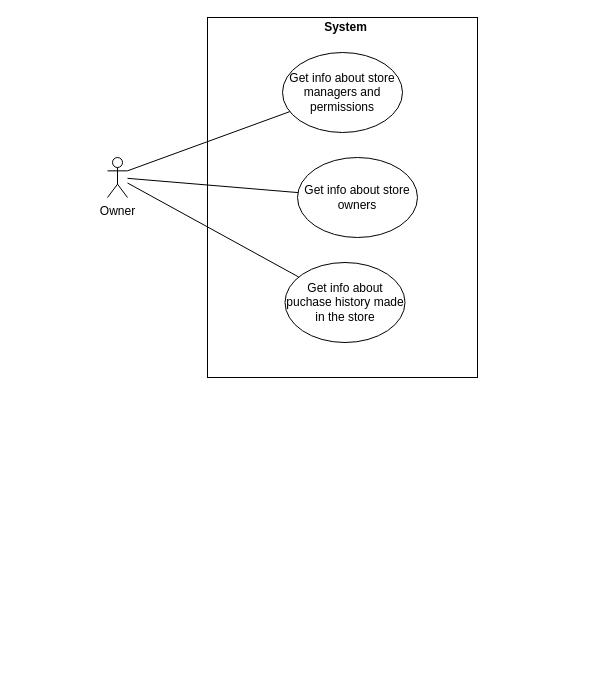
Above: use cases/use case 4.9 4.11.drawio in LevyIfta/Team-19B-Project (draw.io), before the change. Source tidied: cells renumbered, new cells numbered last; positions are measured from the earlier drawing's top-left corner, leaving out a move shared by most shapes. Both pictures are drawn from the tidied source at 100%, with x=0, y=0 at pixel (17, 17).
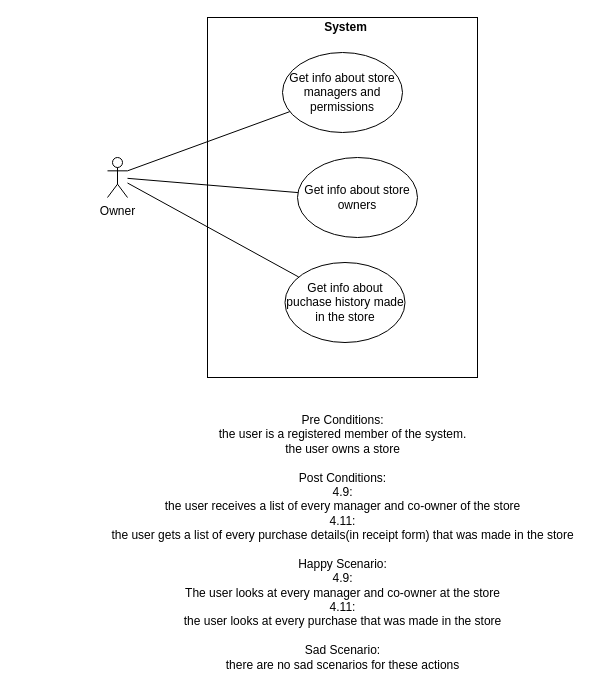
After the change.

Change to the diagram source:
```diff
@@
 <mxGraphModel>
   <root>
     <mxCell id="0" />
     <mxCell id="1" parent="0" />
     <mxCell id="2" style="group;" parent="1" vertex="1">
       <mxGeometry width="460" height="360" as="geometry" />
     </mxCell>
     <mxCell id="3" style="rounded=0;whiteSpace=wrap;html=1;" parent="2" vertex="1">
       <mxGeometry x="190" width="270" height="360" as="geometry" />
     </mxCell>
     <mxCell id="4" value="Owner" style="shape=umlActor;verticalLabelPosition=bottom;verticalAlign=top;html=1;outlineConnect=0;" parent="2" vertex="1">
       <mxGeometry x="90" y="140" width="20" height="40" as="geometry" />
     </mxCell>
     <mxCell id="5" value="Get info about puchase history made in the store" style="ellipse;whiteSpace=wrap;html=1;" parent="2" vertex="1">
       <mxGeometry x="267.5" y="245" width="120" height="80" as="geometry" />
     </mxCell>
     <mxCell id="6" style="endArrow=none;html=1;" parent="2" edge="1" source="4" target="5">
       <mxGeometry relative="1" as="geometry" />
     </mxCell>
     <mxCell id="7" value="Get info about store owners" style="ellipse;whiteSpace=wrap;html=1;" parent="2" vertex="1">
       <mxGeometry x="280" y="140" width="120" height="80" as="geometry" />
     </mxCell>
     <mxCell id="8" value="Get info about store managers and permissions" style="ellipse;whiteSpace=wrap;html=1;" parent="2" vertex="1">
       <mxGeometry x="265" y="35" width="120" height="80" as="geometry" />
     </mxCell>
     <mxCell id="9" style="endArrow=none;html=1;entryX=1;entryY=0.3333333333333333;entryDx=0;entryDy=0;entryPerimeter=0;" parent="2" edge="1" source="8" target="4">
       <mxGeometry relative="1" as="geometry" />
     </mxCell>
     <mxCell id="10" value="System" style="text;html=1;align=center;verticalAlign=middle;fontStyle=1;" parent="2" vertex="1">
       <mxGeometry x="297.5" width="60" height="20" as="geometry" />
     </mxCell>
     <mxCell id="11" style="endArrow=none;html=1;" parent="2" edge="1" source="7" target="4">
       <mxGeometry relative="1" as="geometry" />
     </mxCell>
+    <mxCell id="12" value="Pre Conditions:&lt;br&gt;the user is a registered member of the system.&lt;br&gt;the user owns a store&lt;br&gt;&lt;br&gt;Post Conditions:&lt;br&gt;4.9:&lt;br&gt;the user receives a list of every manager and co-owner of the store&lt;br&gt;4.11:&lt;br&gt;the user gets a list of every purchase details(in receipt form) that was made in the store&lt;br&gt;&lt;br&gt;Happy Scenario:&lt;br&gt;4.9:&lt;br&gt;The user looks at every manager and co-owner at the store&lt;br&gt;4.11:&lt;br&gt;the user looks at every purchase that was made in the store&lt;br&gt;&lt;br&gt;Sad Scenario:&lt;br&gt;there are no sad scenarios for these actions" style="text;html=1;align=center;verticalAlign=middle;strokeColor=none;" parent="1" vertex="1">
+      <mxGeometry x="85" y="400" width="480" height="250" as="geometry" />
+    </mxCell>
   </root>
 </mxGraphModel>
```
